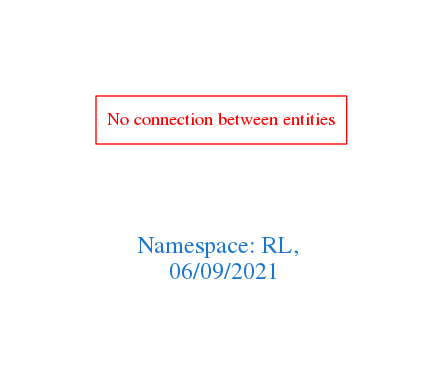
This is downloads/RL.png from arago/OGIT, a Graphviz export, as it was before one commit. Its source is kept beside it as downloads/RL.dot.
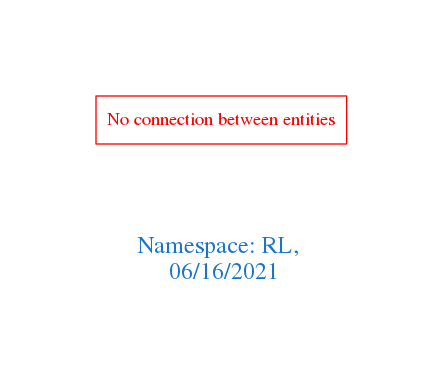
The same diagram one commit later.

What changed in the source:
```diff
@@ -1,7 +1,7 @@
 digraph OGIT_ontology {
  graph [ rankdir= LR,pad=1
 fontsize = 18,
-fontcolor= dodgerblue3,label = "\n\n\nNamespace: RL, \n 06/09/2021"];
+fontcolor= dodgerblue3,label = "\n\n\nNamespace: RL, \n 06/16/2021"];
 node[shape=polygon];
 edge [  color="gray81"];
 
```
